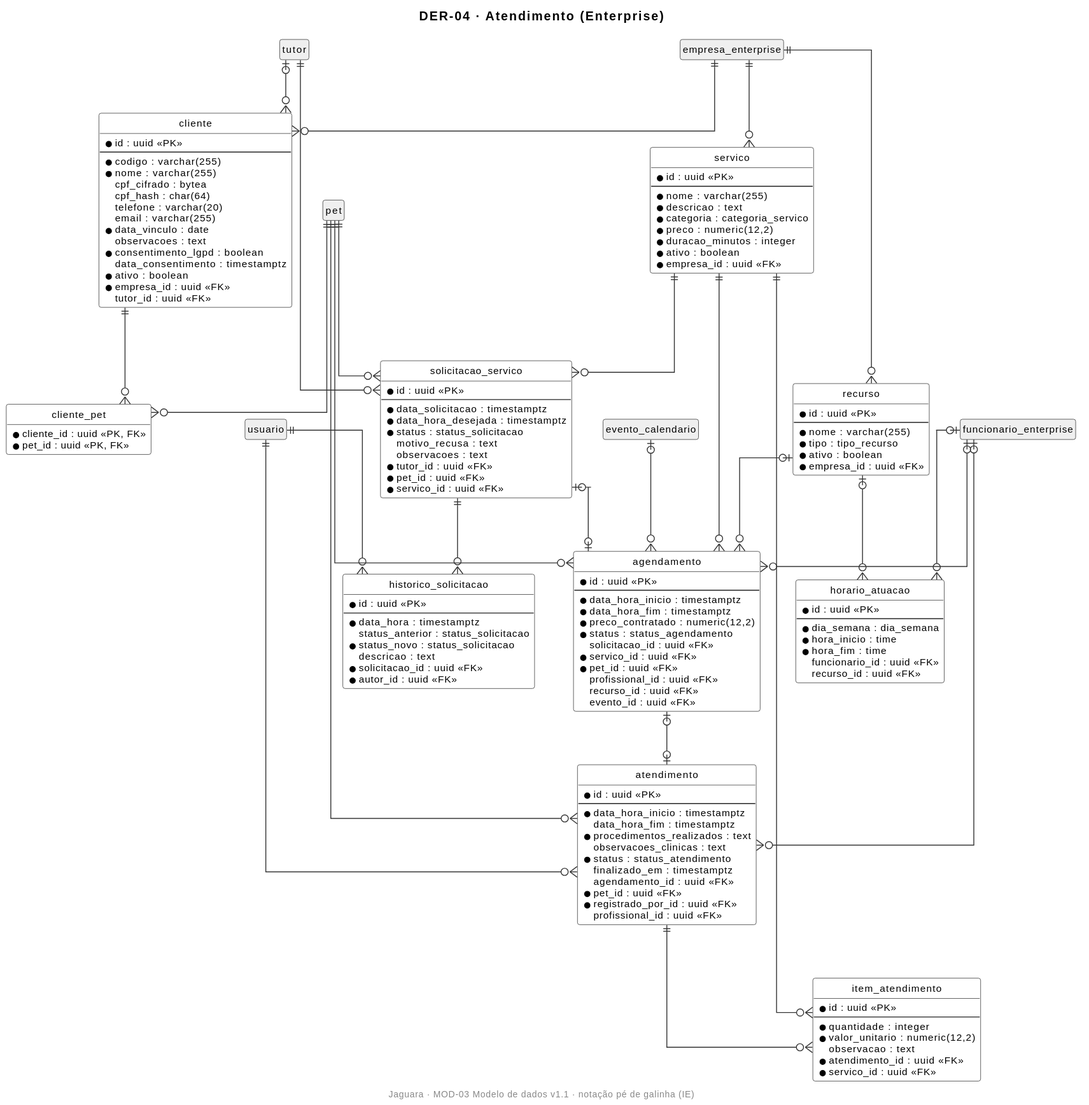
Earlier version of the PlantUML export docs/04-modelagem/modelo-de-dados/img/DER-04-atendimento.svg (JaguaraPet/Jaguara_doc).
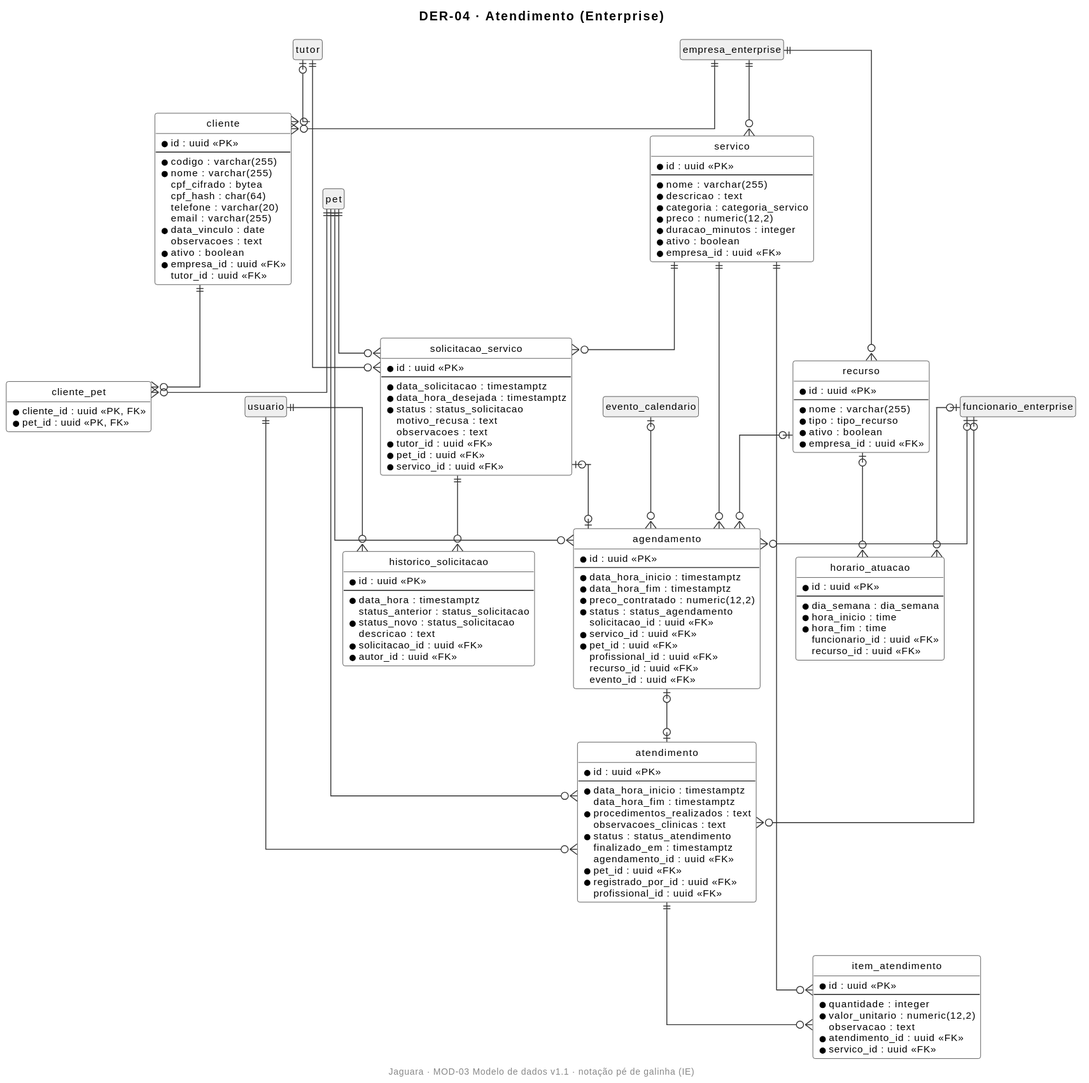
The same diagram one commit later.

Change to the diagram source:
```diff
@@ -32,8 +32,6 @@
     email : varchar(255)
   * data_vinculo : date
     observacoes : text
-  * consentimento_lgpd : boolean
-    data_consentimento : timestamptz
   * ativo : boolean
   * empresa_id : uuid <<FK>>
     tutor_id : uuid <<FK>>
```
